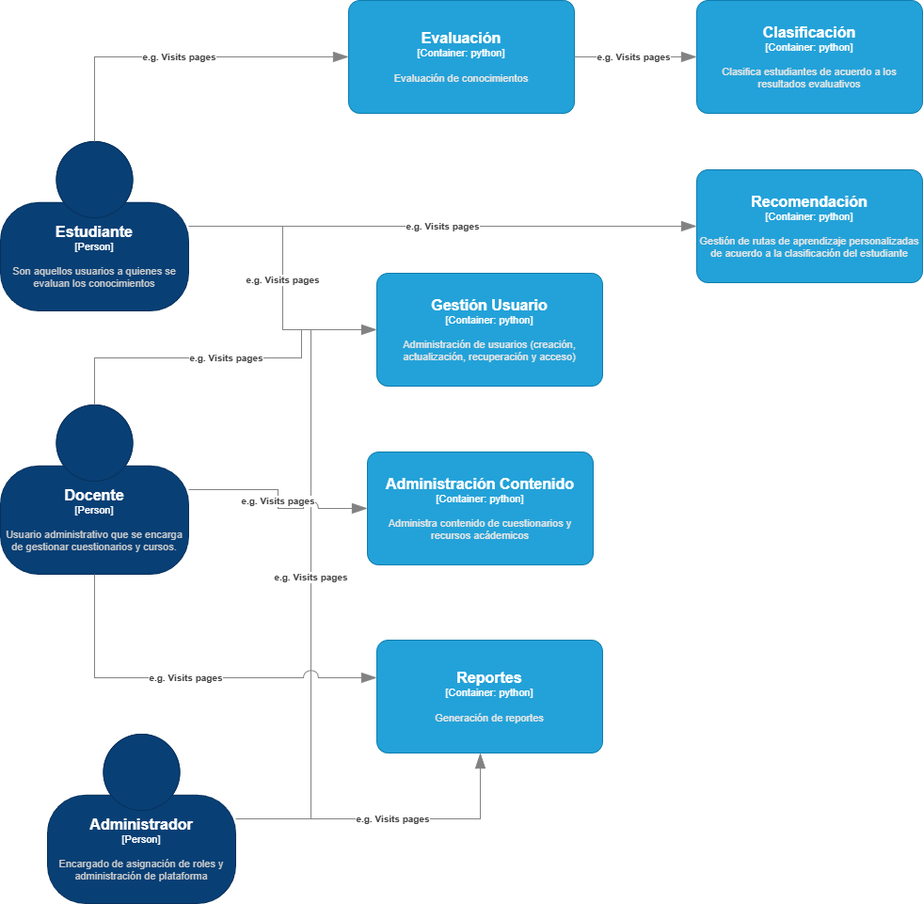
Before: docs/resources/c4_containers_tutor.drawio.png, a diagram exported from draw.io (devgalop/ITMentorSoft). Source tidied: cells renumbered, new cells last; positions are measured from the earlier drawing's top-left corner, leaving out a move shared by most shapes.
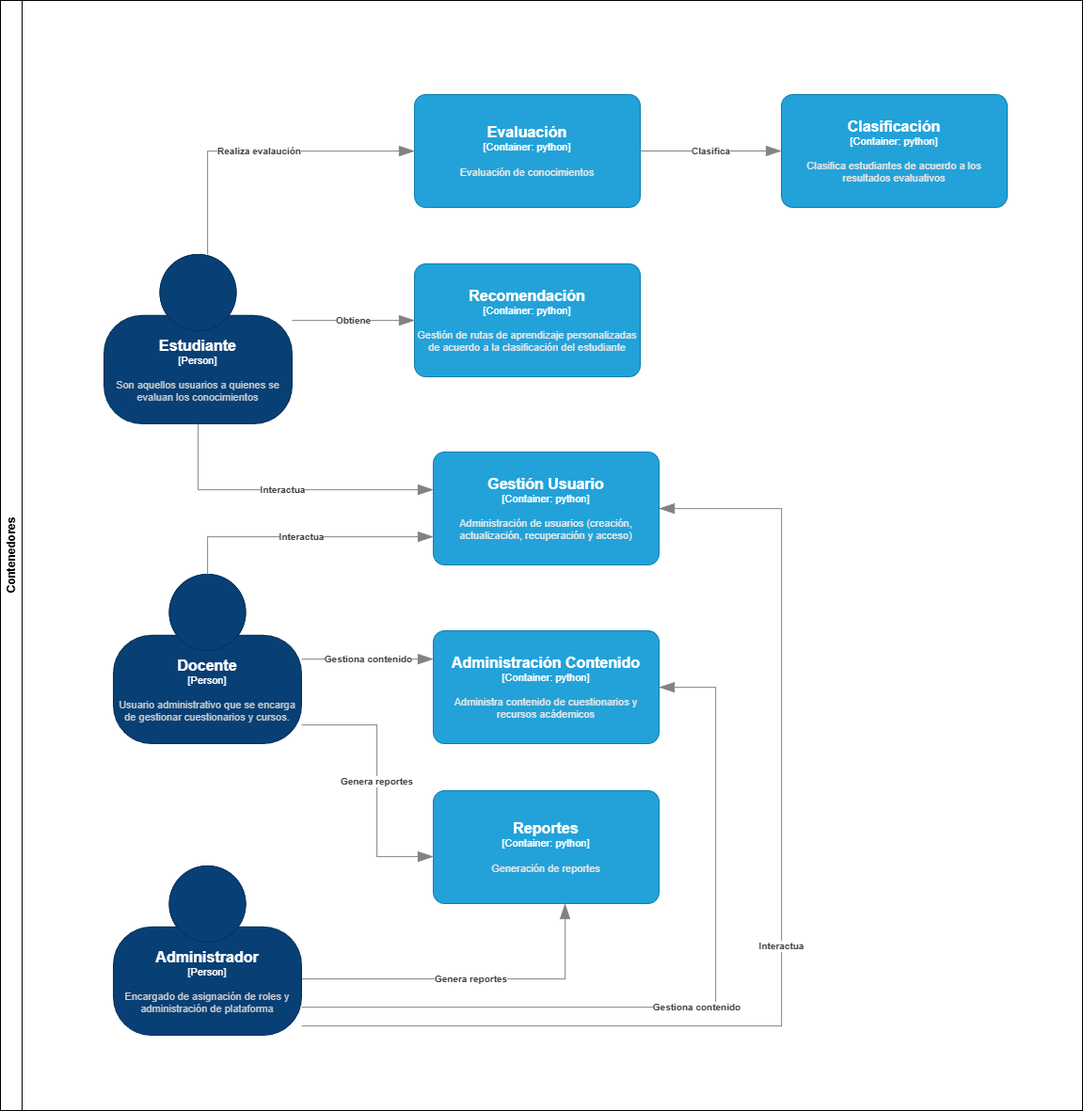
The same file after the commit.

Commit message:
docs: Agrega documentacion general

Organiza diagrama de contenedores

Change to the diagram source:
```diff
@@ -4,55 +4,54 @@
     <mxCell id="1" parent="0" />
     <object id="2" label="&lt;font style=&quot;font-size: 16px&quot;&gt;&lt;b&gt;%c4Name%&lt;/b&gt;&lt;/font&gt;&lt;div&gt;[%c4Type%]&lt;/div&gt;&lt;br&gt;&lt;div&gt;&lt;font style=&quot;font-size: 11px&quot;&gt;&lt;font color=&quot;#cccccc&quot;&gt;%c4Description%&lt;/font&gt;&lt;/div&gt;" c4Description="Son aquellos usuarios a quienes se evaluan los conocimientos" c4Name="Estudiante" c4Type="Person" placeholders="1">
       <mxCell style="html=1;fontSize=11;dashed=0;whiteSpace=wrap;fillColor=#083F75;strokeColor=#06315C;fontColor=#ffffff;shape=mxgraph.c4.person2;align=center;points=[[0.5,0,0],[1,0.5,0],[1,0.75,0],[0.75,1,0],[0.5,1,0],[0.25,1,0],[0,0.75,0],[0,0.5,0]];" parent="1" vertex="1">
-        <mxGeometry y="150" width="200" height="180" as="geometry" />
+        <mxGeometry x="-190" y="80" width="200" height="180" as="geometry" />
       </mxCell>
     </object>
     <object id="3" label="&lt;font style=&quot;font-size: 16px&quot;&gt;&lt;b&gt;%c4Name%&lt;/b&gt;&lt;/font&gt;&lt;div&gt;[%c4Type%]&lt;/div&gt;&lt;br&gt;&lt;div&gt;&lt;font style=&quot;font-size: 11px&quot;&gt;&lt;font color=&quot;#cccccc&quot;&gt;%c4Description%&lt;/font&gt;&lt;/div&gt;" c4Description="Usuario administrativo que se encarga de gestionar cuestionarios y cursos." c4Name="Docente" c4Type="Person" placeholders="1">
       <mxCell style="html=1;fontSize=11;dashed=0;whiteSpace=wrap;fillColor=#083F75;strokeColor=#06315C;fontColor=#ffffff;shape=mxgraph.c4.person2;align=center;points=[[0.5,0,0],[1,0.5,0],[1,0.75,0],[0.75,1,0],[0.5,1,0],[0.25,1,0],[0,0.75,0],[0,0.5,0]];" parent="1" vertex="1">
-        <mxGeometry y="430" width="200" height="180" as="geometry" />
+        <mxGeometry x="-180" y="420" width="200" height="180" as="geometry" />
       </mxCell>
     </object>
-    <object id="4" label="&lt;font style=&quot;font-size: 16px&quot;&gt;&lt;b&gt;%c4Name%&lt;/b&gt;&lt;/font&gt;&lt;div&gt;[%c4Type%]&lt;/div&gt;&lt;br&gt;&lt;div&gt;&lt;font style=&quot;font-size: 11px&quot;&gt;&lt;font color=&quot;#cccccc&quot;&gt;%c4Description%&lt;/font&gt;&lt;/div&gt;" c4Description="Encargado de asignación de roles y administración de plataforma" c4Name="Administrador" c4Type="Person" placeholders="1">
-      <mxCell style="html=1;fontSize=11;dashed=0;whiteSpace=wrap;fillColor=#083F75;strokeColor=#06315C;fontColor=#ffffff;shape=mxgraph.c4.person2;align=center;points=[[0.5,0,0],[1,0.5,0],[1,0.75,0],[0.75,1,0],[0.5,1,0],[0.25,1,0],[0,0.75,0],[0,0.5,0]];" parent="1" vertex="1">
-        <mxGeometry x="50" y="780" width="200" height="180" as="geometry" />
-      </mxCell>
-    </object>
     <object id="5" label="&lt;font style=&quot;font-size: 16px&quot;&gt;&lt;b&gt;%c4Name%&lt;/b&gt;&lt;/font&gt;&lt;div&gt;[%c4Type%: %c4Technology%]&lt;/div&gt;&lt;br&gt;&lt;div&gt;&lt;font style=&quot;font-size: 11px&quot;&gt;&lt;font color=&quot;#E6E6E6&quot;&gt;%c4Description%&lt;/font&gt;&lt;/div&gt;" c4Description="Administración de usuarios (creación, actualización, recuperación y acceso)" c4Name="Gestión Usuario" c4Technology="python" c4Type="Container" placeholders="1">
       <mxCell style="rounded=1;whiteSpace=wrap;html=1;fontSize=11;labelBackgroundColor=none;fillColor=#23A2D9;fontColor=#ffffff;align=center;arcSize=10;strokeColor=#0E7DAD;points=[[0.25,0,0],[0.5,0,0],[0.75,0,0],[1,0.25,0],[1,0.5,0],[1,0.75,0],[0.75,1,0],[0.5,1,0],[0.25,1,0],[0,0.75,0],[0,0.5,0],[0,0.25,0]];" parent="1" vertex="1">
-        <mxGeometry x="400" y="290" width="240" height="120" as="geometry" />
+        <mxGeometry x="160" y="290" width="240" height="120" as="geometry" />
       </mxCell>
     </object>
     <object id="6" label="&lt;font style=&quot;font-size: 16px&quot;&gt;&lt;b&gt;%c4Name%&lt;/b&gt;&lt;/font&gt;&lt;div&gt;[%c4Type%: %c4Technology%]&lt;/div&gt;&lt;br&gt;&lt;div&gt;&lt;font style=&quot;font-size: 11px&quot;&gt;&lt;font color=&quot;#E6E6E6&quot;&gt;%c4Description%&lt;/font&gt;&lt;/div&gt;" c4Description="Administra contenido de cuestionarios y recursos acádemicos" c4Name="Administración Contenido" c4Technology="python" c4Type="Container" placeholders="1">
       <mxCell style="rounded=1;whiteSpace=wrap;html=1;fontSize=11;labelBackgroundColor=none;fillColor=#23A2D9;fontColor=#ffffff;align=center;arcSize=10;strokeColor=#0E7DAD;points=[[0.25,0,0],[0.5,0,0],[0.75,0,0],[1,0.25,0],[1,0.5,0],[1,0.75,0],[0.75,1,0],[0.5,1,0],[0.25,1,0],[0,0.75,0],[0,0.5,0],[0,0.25,0]];" parent="1" vertex="1">
-        <mxGeometry x="390" y="480" width="240" height="120" as="geometry" />
+        <mxGeometry x="160" y="480" width="240" height="120" as="geometry" />
       </mxCell>
     </object>
     <object id="7" label="&lt;font style=&quot;font-size: 16px&quot;&gt;&lt;b&gt;%c4Name%&lt;/b&gt;&lt;/font&gt;&lt;div&gt;[%c4Type%: %c4Technology%]&lt;/div&gt;&lt;br&gt;&lt;div&gt;&lt;font style=&quot;font-size: 11px&quot;&gt;&lt;font color=&quot;#E6E6E6&quot;&gt;%c4Description%&lt;/font&gt;&lt;/div&gt;" c4Description="Evaluación de conocimientos" c4Name="Evaluación" c4Technology="python" c4Type="Container" placeholders="1">
       <mxCell style="rounded=1;whiteSpace=wrap;html=1;fontSize=11;labelBackgroundColor=none;fillColor=#23A2D9;fontColor=#ffffff;align=center;arcSize=10;strokeColor=#0E7DAD;points=[[0.25,0,0],[0.5,0,0],[0.75,0,0],[1,0.25,0],[1,0.5,0],[1,0.75,0],[0.75,1,0],[0.5,1,0],[0.25,1,0],[0,0.75,0],[0,0.5,0],[0,0.25,0]];" parent="1" vertex="1">
-        <mxGeometry x="370" width="240" height="120" as="geometry" />
+        <mxGeometry x="140" y="-90" width="240" height="120" as="geometry" />
       </mxCell>
     </object>
     <object id="8" label="&lt;font style=&quot;font-size: 16px&quot;&gt;&lt;b&gt;%c4Name%&lt;/b&gt;&lt;/font&gt;&lt;div&gt;[%c4Type%: %c4Technology%]&lt;/div&gt;&lt;br&gt;&lt;div&gt;&lt;font style=&quot;font-size: 11px&quot;&gt;&lt;font color=&quot;#E6E6E6&quot;&gt;%c4Description%&lt;/font&gt;&lt;/div&gt;" c4Description="Clasifica estudiantes de acuerdo a los resultados evaluativos" c4Name="Clasificación" c4Technology="python" c4Type="Container" placeholders="1">
       <mxCell style="rounded=1;whiteSpace=wrap;html=1;fontSize=11;labelBackgroundColor=none;fillColor=#23A2D9;fontColor=#ffffff;align=center;arcSize=10;strokeColor=#0E7DAD;points=[[0.25,0,0],[0.5,0,0],[0.75,0,0],[1,0.25,0],[1,0.5,0],[1,0.75,0],[0.75,1,0],[0.5,1,0],[0.25,1,0],[0,0.75,0],[0,0.5,0],[0,0.25,0]];" parent="1" vertex="1">
-        <mxGeometry x="740" width="240" height="120" as="geometry" />
+        <mxGeometry x="530" y="-90" width="240" height="120" as="geometry" />
       </mxCell>
     </object>
     <object id="9" label="&lt;font style=&quot;font-size: 16px&quot;&gt;&lt;b&gt;%c4Name%&lt;/b&gt;&lt;/font&gt;&lt;div&gt;[%c4Type%: %c4Technology%]&lt;/div&gt;&lt;br&gt;&lt;div&gt;&lt;font style=&quot;font-size: 11px&quot;&gt;&lt;font color=&quot;#E6E6E6&quot;&gt;%c4Description%&lt;/font&gt;&lt;/div&gt;" c4Description="Gestión de rutas de aprendizaje personalizadas de acuerdo a la clasificación del estudiante" c4Name="Recomendación" c4Technology="python" c4Type="Container" placeholders="1">
       <mxCell style="rounded=1;whiteSpace=wrap;html=1;fontSize=11;labelBackgroundColor=none;fillColor=#23A2D9;fontColor=#ffffff;align=center;arcSize=10;strokeColor=#0E7DAD;points=[[0.25,0,0],[0.5,0,0],[0.75,0,0],[1,0.25,0],[1,0.5,0],[1,0.75,0],[0.75,1,0],[0.5,1,0],[0.25,1,0],[0,0.75,0],[0,0.5,0],[0,0.25,0]];" parent="1" vertex="1">
-        <mxGeometry x="740" y="180" width="240" height="120" as="geometry" />
+        <mxGeometry x="140" y="90" width="240" height="120" as="geometry" />
       </mxCell>
     </object>
     <object id="10" label="&lt;font style=&quot;font-size: 16px&quot;&gt;&lt;b&gt;%c4Name%&lt;/b&gt;&lt;/font&gt;&lt;div&gt;[%c4Type%: %c4Technology%]&lt;/div&gt;&lt;br&gt;&lt;div&gt;&lt;font style=&quot;font-size: 11px&quot;&gt;&lt;font color=&quot;#E6E6E6&quot;&gt;%c4Description%&lt;/font&gt;&lt;/div&gt;" c4Description="Generación de reportes" c4Name="Reportes" c4Technology="python" c4Type="Container" placeholders="1">
       <mxCell style="rounded=1;whiteSpace=wrap;html=1;fontSize=11;labelBackgroundColor=none;fillColor=#23A2D9;fontColor=#ffffff;align=center;arcSize=10;strokeColor=#0E7DAD;points=[[0.25,0,0],[0.5,0,0],[0.75,0,0],[1,0.25,0],[1,0.5,0],[1,0.75,0],[0.75,1,0],[0.5,1,0],[0.25,1,0],[0,0.75,0],[0,0.5,0],[0,0.25,0]];" parent="1" vertex="1">
-        <mxGeometry x="400" y="680" width="240" height="120" as="geometry" />
+        <mxGeometry x="160" y="650" width="240" height="120" as="geometry" />
       </mxCell>
     </object>
-    <object id="11" label="&lt;div style=&quot;text-align: left&quot;&gt;&lt;div style=&quot;text-align: center&quot;&gt;&lt;b&gt;%c4Description%&lt;/b&gt;&lt;/div&gt;" c4Description="e.g. Visits pages" c4Type="Relationship" placeholders="1">
+    <object id="11" label="&lt;div style=&quot;text-align: left&quot;&gt;&lt;div style=&quot;text-align: center&quot;&gt;&lt;b&gt;%c4Description%&lt;/b&gt;&lt;/div&gt;" c4Description="Interactua" c4Type="Relationship" placeholders="1">
       <mxCell style="endArrow=blockThin;html=1;fontSize=10;fontColor=#404040;strokeWidth=1;endFill=1;strokeColor=#828282;elbow=vertical;endSize=14;startSize=14;jumpStyle=arc;jumpSize=16;rounded=0;edgeStyle=orthogonalEdgeStyle;" parent="1" edge="1" source="2" target="5">
-        <mxGeometry relative="1" as="geometry" />
+        <mxGeometry relative="1" as="geometry">
+          <Array as="points">
+            <mxPoint x="-90" y="330" />
+          </Array>
+        </mxGeometry>
       </mxCell>
     </object>
-    <object id="12" label="&lt;div style=&quot;text-align: left&quot;&gt;&lt;div style=&quot;text-align: center&quot;&gt;&lt;b&gt;%c4Description%&lt;/b&gt;&lt;/div&gt;" c4Description="e.g. Visits pages" c4Type="Relationship" placeholders="1">
+    <object id="12" label="&lt;div style=&quot;text-align: left&quot;&gt;&lt;div style=&quot;text-align: center&quot;&gt;&lt;b&gt;%c4Description%&lt;/b&gt;&lt;/div&gt;" c4Description="Interactua" c4Type="Relationship" placeholders="1">
       <mxCell style="endArrow=blockThin;html=1;fontSize=10;fontColor=#404040;strokeWidth=1;endFill=1;strokeColor=#828282;elbow=vertical;endSize=14;startSize=14;jumpStyle=arc;jumpSize=16;rounded=0;edgeStyle=orthogonalEdgeStyle;" parent="1" edge="1" source="3" target="5">
         <mxGeometry relative="1" as="geometry">
           <Array as="points">
@@ -63,62 +62,86 @@
         </mxGeometry>
       </mxCell>
     </object>
-    <object id="13" label="&lt;div style=&quot;text-align: left&quot;&gt;&lt;div style=&quot;text-align: center&quot;&gt;&lt;b&gt;%c4Description%&lt;/b&gt;&lt;/div&gt;" c4Description="e.g. Visits pages" c4Type="Relationship" placeholders="1">
+    <object id="13" label="&lt;div style=&quot;text-align: left&quot;&gt;&lt;div style=&quot;text-align: center&quot;&gt;&lt;b&gt;%c4Description%&lt;/b&gt;&lt;/div&gt;" c4Description="Interactua" c4Type="Relationship" placeholders="1">
       <mxCell style="endArrow=blockThin;html=1;fontSize=10;fontColor=#404040;strokeWidth=1;endFill=1;strokeColor=#828282;elbow=vertical;endSize=14;startSize=14;jumpStyle=arc;jumpSize=16;rounded=0;edgeStyle=orthogonalEdgeStyle;" parent="1" edge="1" source="4" target="5">
         <mxGeometry relative="1" as="geometry">
           <Array as="points">
-            <mxPoint x="330" y="870" />
-            <mxPoint x="330" y="350" />
+            <mxPoint x="530" y="900" />
+            <mxPoint x="530" y="350" />
           </Array>
         </mxGeometry>
       </mxCell>
     </object>
-    <object id="14" label="&lt;div style=&quot;text-align: left&quot;&gt;&lt;div style=&quot;text-align: center&quot;&gt;&lt;b&gt;%c4Description%&lt;/b&gt;&lt;/div&gt;" c4Description="e.g. Visits pages" c4Type="Relationship" placeholders="1">
-      <mxCell style="endArrow=blockThin;html=1;fontSize=10;fontColor=#404040;strokeWidth=1;endFill=1;strokeColor=#828282;elbow=vertical;endSize=14;startSize=14;jumpStyle=arc;jumpSize=16;rounded=0;edgeStyle=orthogonalEdgeStyle;" parent="1" edge="1" source="2" target="7">
-        <mxGeometry relative="1" as="geometry">
-          <Array as="points">
-            <mxPoint x="100" y="60" />
-          </Array>
-        </mxGeometry>
-      </mxCell>
-    </object>
-    <object id="15" label="&lt;div style=&quot;text-align: left&quot;&gt;&lt;div style=&quot;text-align: center&quot;&gt;&lt;b&gt;%c4Description%&lt;/b&gt;&lt;/div&gt;" c4Description="e.g. Visits pages" c4Type="Relationship" placeholders="1">
+    <object id="15" label="&lt;div style=&quot;text-align: left&quot;&gt;&lt;div style=&quot;text-align: center&quot;&gt;&lt;b&gt;%c4Description%&lt;/b&gt;&lt;/div&gt;" c4Description="Clasifica" c4Type="Relationship" placeholders="1">
       <mxCell style="endArrow=blockThin;html=1;fontSize=10;fontColor=#404040;strokeWidth=1;endFill=1;strokeColor=#828282;elbow=vertical;endSize=14;startSize=14;jumpStyle=arc;jumpSize=16;rounded=0;edgeStyle=orthogonalEdgeStyle;" parent="1" edge="1" source="7" target="8">
         <mxGeometry relative="1" as="geometry" />
       </mxCell>
     </object>
-    <object id="16" label="&lt;div style=&quot;text-align: left&quot;&gt;&lt;div style=&quot;text-align: center&quot;&gt;&lt;b&gt;%c4Description%&lt;/b&gt;&lt;/div&gt;" c4Description="e.g. Visits pages" c4Type="Relationship" placeholders="1">
+    <object id="16" label="&lt;div style=&quot;text-align: left&quot;&gt;&lt;div style=&quot;text-align: center&quot;&gt;&lt;b&gt;%c4Description%&lt;/b&gt;&lt;/div&gt;" c4Description="Obtiene" c4Type="Relationship" placeholders="1">
       <mxCell style="endArrow=blockThin;html=1;fontSize=10;fontColor=#404040;strokeWidth=1;endFill=1;strokeColor=#828282;elbow=vertical;endSize=14;startSize=14;jumpStyle=arc;jumpSize=16;rounded=0;edgeStyle=orthogonalEdgeStyle;" parent="1" edge="1" source="2" target="9">
-        <mxGeometry relative="1" as="geometry" />
+        <mxGeometry relative="1" as="geometry">
+          <Array as="points">
+            <mxPoint x="50" y="150" />
+            <mxPoint x="50" y="150" />
+          </Array>
+        </mxGeometry>
       </mxCell>
     </object>
-    <object id="17" label="&lt;div style=&quot;text-align: left&quot;&gt;&lt;div style=&quot;text-align: center&quot;&gt;&lt;b&gt;%c4Description%&lt;/b&gt;&lt;/div&gt;" c4Description="e.g. Visits pages" c4Type="Relationship" placeholders="1">
-      <mxCell style="endArrow=blockThin;html=1;fontSize=10;fontColor=#404040;strokeWidth=1;endFill=1;strokeColor=#828282;elbow=vertical;endSize=14;startSize=14;jumpStyle=arc;jumpSize=16;rounded=0;edgeStyle=orthogonalEdgeStyle;" parent="1" edge="1" source="3" target="6">
-        <mxGeometry relative="1" as="geometry" />
-      </mxCell>
-    </object>
-    <object id="18" label="&lt;div style=&quot;text-align: left&quot;&gt;&lt;div style=&quot;text-align: center&quot;&gt;&lt;b&gt;%c4Description%&lt;/b&gt;&lt;/div&gt;" c4Description="e.g. Visits pages" c4Type="Relationship" placeholders="1">
+    <object id="18" label="&lt;div style=&quot;text-align: left&quot;&gt;&lt;div style=&quot;text-align: center&quot;&gt;&lt;b&gt;%c4Description%&lt;/b&gt;&lt;/div&gt;" c4Description="Genera reportes" c4Type="Relationship" placeholders="1">
       <mxCell style="endArrow=blockThin;html=1;fontSize=10;fontColor=#404040;strokeWidth=1;endFill=1;strokeColor=#828282;elbow=vertical;endSize=14;startSize=14;jumpStyle=arc;jumpSize=16;rounded=0;edgeStyle=orthogonalEdgeStyle;" parent="1" edge="1" source="3" target="10">
         <mxGeometry relative="1" as="geometry">
           <Array as="points">
+            <mxPoint x="100" y="580" />
             <mxPoint x="100" y="720" />
           </Array>
         </mxGeometry>
       </mxCell>
     </object>
-    <object id="19" label="&lt;div style=&quot;text-align: left&quot;&gt;&lt;div style=&quot;text-align: center&quot;&gt;&lt;b&gt;%c4Description%&lt;/b&gt;&lt;/div&gt;" c4Description="e.g. Visits pages" c4Type="Relationship" placeholders="1">
+    <object id="19" label="&lt;div style=&quot;text-align: left&quot;&gt;&lt;div style=&quot;text-align: center&quot;&gt;&lt;b&gt;%c4Description%&lt;/b&gt;&lt;/div&gt;" c4Description="Genera reportes" c4Type="Relationship" placeholders="1">
       <mxCell style="endArrow=blockThin;html=1;fontSize=10;fontColor=#404040;strokeWidth=1;endFill=1;strokeColor=#828282;elbow=vertical;endSize=14;startSize=14;jumpStyle=arc;jumpSize=16;rounded=0;edgeStyle=orthogonalEdgeStyle;" parent="1" edge="1" source="4" target="10">
         <mxGeometry relative="1" as="geometry">
           <Array as="points">
-            <mxPoint x="510" y="870" />
+            <mxPoint x="300" y="850" />
           </Array>
         </mxGeometry>
       </mxCell>
     </object>
-    <object id="20" label="&lt;div style=&quot;text-align: left&quot;&gt;&lt;div style=&quot;text-align: center&quot;&gt;&lt;b&gt;%c4Description%&lt;/b&gt;&lt;/div&gt;" c4Description="e.g. Visits pages" c4Type="Relationship" placeholders="1">
+    <object id="20" label="&lt;div style=&quot;text-align: left&quot;&gt;&lt;div style=&quot;text-align: center&quot;&gt;&lt;b&gt;%c4Description%&lt;/b&gt;&lt;/div&gt;" c4Description="Gestiona contenido" c4Type="Relationship" placeholders="1">
       <mxCell style="endArrow=blockThin;html=1;fontSize=10;fontColor=#404040;strokeWidth=1;endFill=1;strokeColor=#828282;elbow=vertical;endSize=14;startSize=14;jumpStyle=arc;jumpSize=16;rounded=0;edgeStyle=orthogonalEdgeStyle;" parent="1" edge="1" source="3" target="6">
-        <mxGeometry relative="1" as="geometry" />
+        <mxGeometry relative="1" as="geometry">
+          <Array as="points">
+            <mxPoint x="120" y="510" />
+            <mxPoint x="120" y="510" />
+          </Array>
+        </mxGeometry>
       </mxCell>
     </object>
+    <mxCell id="21" value="Contenedores" style="swimlane;horizontal=0;whiteSpace=wrap;html=1;" parent="1" vertex="1">
+      <mxGeometry x="-300" y="-190" width="1150" height="1180" as="geometry" />
+    </mxCell>
+    <object id="4" label="&lt;font style=&quot;font-size: 16px&quot;&gt;&lt;b&gt;%c4Name%&lt;/b&gt;&lt;/font&gt;&lt;div&gt;[%c4Type%]&lt;/div&gt;&lt;br&gt;&lt;div&gt;&lt;font style=&quot;font-size: 11px&quot;&gt;&lt;font color=&quot;#cccccc&quot;&gt;%c4Description%&lt;/font&gt;&lt;/div&gt;" c4Description="Encargado de asignación de roles y administración de plataforma" c4Name="Administrador" c4Type="Person" placeholders="1">
+      <mxCell style="html=1;fontSize=11;dashed=0;whiteSpace=wrap;fillColor=#083F75;strokeColor=#06315C;fontColor=#ffffff;shape=mxgraph.c4.person2;align=center;points=[[0.5,0,0],[1,0.5,0],[1,0.75,0],[0.75,1,0],[0.5,1,0],[0.25,1,0],[0,0.75,0],[0,0.5,0]];" parent="21" vertex="1">
+        <mxGeometry x="120" y="920" width="200" height="180" as="geometry" />
+      </mxCell>
+    </object>
+    <object id="14" label="&lt;div style=&quot;text-align: left&quot;&gt;&lt;div style=&quot;text-align: center&quot;&gt;&lt;b&gt;%c4Description%&lt;/b&gt;&lt;/div&gt;" c4Description="Realiza evalaución" c4Type="Relationship" placeholders="1">
+      <mxCell style="endArrow=blockThin;html=1;fontSize=10;fontColor=#404040;strokeWidth=1;endFill=1;strokeColor=#828282;elbow=vertical;endSize=14;startSize=14;jumpStyle=arc;jumpSize=16;rounded=0;edgeStyle=orthogonalEdgeStyle;" parent="1" edge="1" source="2" target="7">
+        <mxGeometry relative="1" as="geometry">
+          <Array as="points">
+            <mxPoint x="-80" y="-30" />
+          </Array>
+        </mxGeometry>
+      </mxCell>
+    </object>
+    <object id="22" label="&lt;div style=&quot;text-align: left&quot;&gt;&lt;div style=&quot;text-align: center&quot;&gt;&lt;b&gt;%c4Description%&lt;/b&gt;&lt;/div&gt;" c4Description="Gestiona contenido" c4Type="Relationship" placeholders="1">
+      <mxCell style="endArrow=blockThin;html=1;fontSize=10;fontColor=#404040;strokeWidth=1;endFill=1;strokeColor=#828282;elbow=vertical;endSize=14;startSize=14;jumpStyle=arc;jumpSize=16;rounded=0;edgeStyle=orthogonalEdgeStyle;" parent="1" edge="1" source="4" target="6">
+        <mxGeometry relative="1" as="geometry">
+          <Array as="points">
+            <mxPoint x="460" y="880" />
+            <mxPoint x="460" y="540" />
+          </Array>
+        </mxGeometry>
+      </mxCell>
+    </object>
   </root>
 </mxGraphModel>
```
